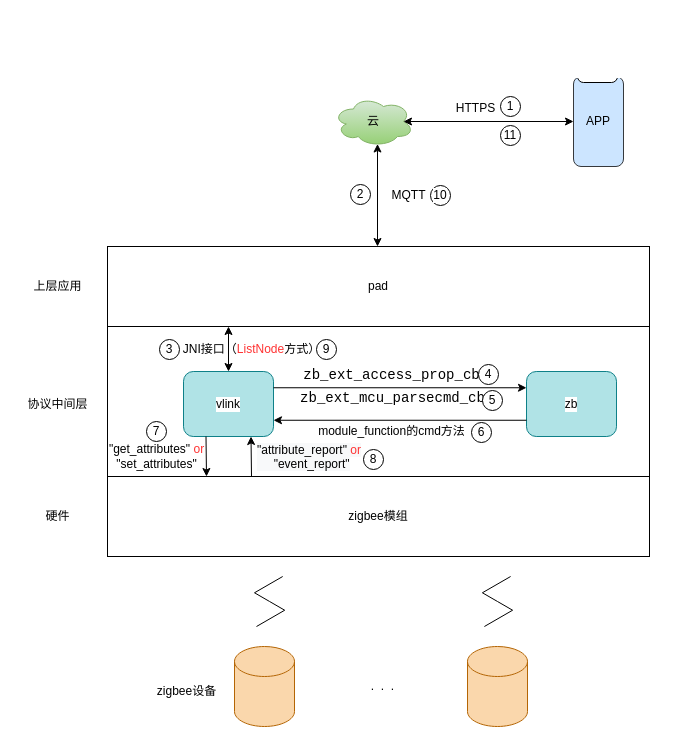
The draw.io diagram page "Page-4" (5 of 18) of Untitled Diagram.drawio in echo-Github000/Anna, before the edit. Source tidied: cells renumbered, new cells numbered last; positions are measured from the earlier drawing's top-left corner, leaving out a move shared by most shapes. Both pictures are drawn from the tidied source at 100%, with x=0, y=0 at pixel (17, 17).
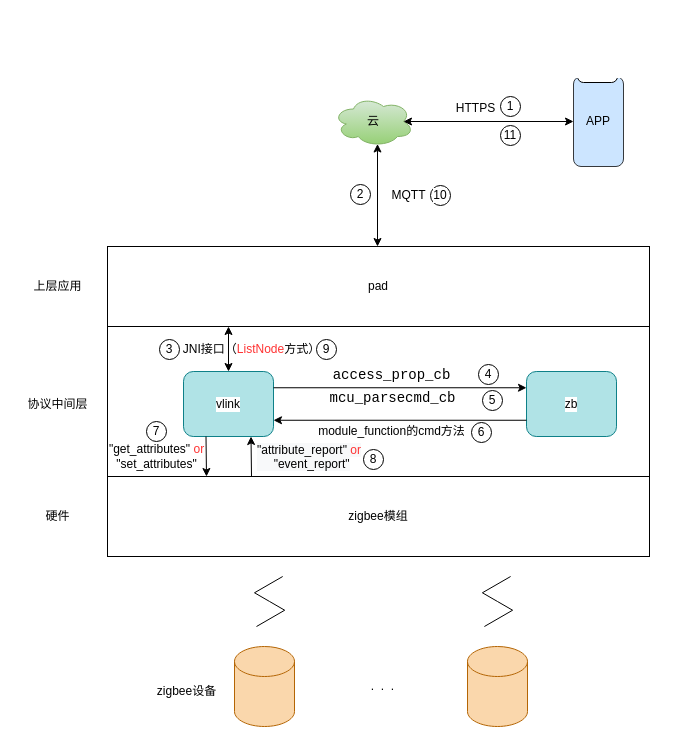
After the change.

The edit, as a diff of the source:
```diff
@@
-    <mxCell id="25" value="&lt;div style=&quot;font-family: Consolas, &amp;quot;Courier New&amp;quot;, monospace; font-size: 14px; line-height: 19px;&quot;&gt;&lt;span style=&quot;background-color: rgb(255, 255, 255);&quot;&gt;zb_ext_mcu_parsecmd_cb&lt;/span&gt;&lt;/div&gt;" style="text;html=1;align=center;verticalAlign=middle;strokeColor=none;fillColor=none;fontColor=#000000;" parent="1" vertex="1">
-      <mxGeometry x="285" y="371" width="180" height="20" as="geometry" />
+    <mxCell id="25" value="&lt;div style=&quot;font-family: Consolas, &amp;quot;Courier New&amp;quot;, monospace; font-size: 14px; line-height: 19px;&quot;&gt;&lt;span style=&quot;background-color: rgb(255, 255, 255);&quot;&gt;mcu_parsecmd_cb&lt;/span&gt;&lt;/div&gt;" style="text;html=1;align=center;verticalAlign=middle;strokeColor=none;fillColor=none;fontColor=#000000;" parent="1" vertex="1">
+      <mxGeometry x="305" y="366" width="140" height="30" as="geometry" />
     </mxCell>
-    <mxCell id="26" value="&lt;div style=&quot;font-family: Consolas, &amp;quot;Courier New&amp;quot;, monospace; font-size: 14px; line-height: 19px;&quot;&gt;&lt;span style=&quot;background-color: rgb(255, 255, 255);&quot;&gt;zb_ext_access_prop_cb&lt;/span&gt;&lt;/div&gt;" style="text;html=1;align=center;verticalAlign=middle;strokeColor=none;fillColor=none;fontColor=#000000;" parent="1" vertex="1">
-      <mxGeometry x="284" y="348" width="180" height="20" as="geometry" />
+    <mxCell id="26" value="&lt;div style=&quot;font-family: Consolas, &amp;quot;Courier New&amp;quot;, monospace; font-size: 14px; line-height: 19px;&quot;&gt;&lt;span style=&quot;background-color: rgb(255, 255, 255);&quot;&gt;access_prop_cb&lt;/span&gt;&lt;/div&gt;" style="text;html=1;align=center;verticalAlign=middle;strokeColor=none;fillColor=none;fontColor=#000000;" parent="1" vertex="1">
+      <mxGeometry x="309" y="343" width="130" height="30" as="geometry" />
     </mxCell>
```
